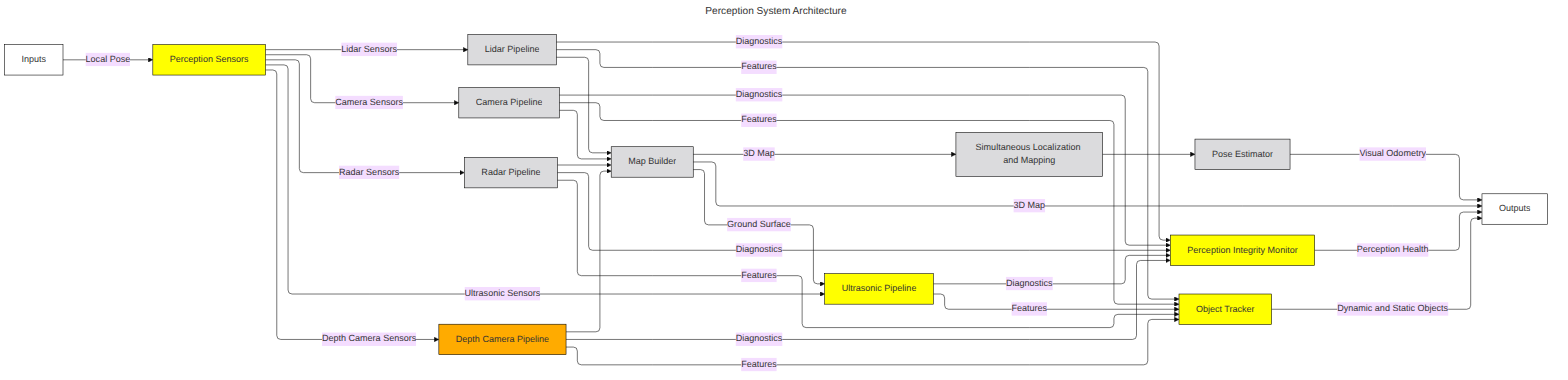
Earlier version of the Mermaid export Systems/Perception/doc/mermaid/PerceptionSystemArchitecture.png (fastrobotics/robot_framework). Its source is kept beside it as Systems/Perception/doc/mermaid/PerceptionSystemArchitecture.mmd. Its diagram source:
```mermaid
---
# @compare_tag System-MermaidArchitecture v0.1
config:
  layout: elk
  theme: base
  themeCSS: |
    .node rect { fill: rgba(30, 30, 46, 0.16) !important; stroke: #000000 !important; }
    .label { fill: #000000 !important; }

    .cssBoundary rect { fill: #ffffff !important; stroke: #000000 !important; }
    .cssBoundary .label { fill: #000000 !important; }

    .cssInvestigating rect { fill: #ffff00 !important; stroke: #000000 !important; }
    .cssInvestigating .label { fill: #000000 !important; }

    .cssDeveloping rect { fill: #ffab00 !important; stroke: #000000 !important; }
    .cssDeveloping .label { fill: #000000 !important; }

    .cssTrivialComplete rect { fill: #ffc0cb !important; stroke: #000000 !important; }
    .cssTrivialComplete .label { fill: #000000 !important; }

    .cssMinimalComplete rect { fill: #00ff00 !important; stroke: #000000 !important; }
    .cssMinimalComplete .label { fill: #000000 !important; }

    .cssFullyComplete rect { fill: #00ffff !important; stroke: #000000 !important; }
    .cssFullyComplete .label { fill: #000000 !important; }

    .cssSkipped rect { fill: #ff0000 !important; stroke: #000000 !important; }
    .cssSkipped .label { fill: #000000 !important; }

title: Perception System Architecture
---
graph LR
    Inputs
    PerceptionSensors[Perception Sensors]
    LidarPipeline[Lidar Pipeline]
    CameraPipeline[Camera Pipeline]
    RadarPipeline[Radar Pipeline]
    DepthCameraPipeline[Depth Camera Pipeline]
    UltrasonicPipeline[Ultrasonic Pipeline]

    ObjectTracker[Object Tracker]
    PoseEstimator[Pose Estimator]
    SLAM[Simultaneous Localization and Mapping]

    MapBuilder[Map Builder]
    PerceptionIntegrityMonitor[Perception Integrity Monitor]

    Outputs

    Inputs --> |Local Pose| PerceptionSensors

    PerceptionSensors --> | Lidar Sensors | LidarPipeline
    PerceptionSensors --> | Camera Sensors | CameraPipeline
    PerceptionSensors --> | Radar Sensors | RadarPipeline
    PerceptionSensors --> | Depth Camera Sensors | DepthCameraPipeline
    PerceptionSensors --> | Ultrasonic Sensors | UltrasonicPipeline
    LidarPipeline --> | Diagnostics | PerceptionIntegrityMonitor
    CameraPipeline --> | Diagnostics | PerceptionIntegrityMonitor
    RadarPipeline --> | Diagnostics | PerceptionIntegrityMonitor
    DepthCameraPipeline --> | Diagnostics | PerceptionIntegrityMonitor
    UltrasonicPipeline --> | Diagnostics | PerceptionIntegrityMonitor

    LidarPipeline --> MapBuilder
    CameraPipeline --> MapBuilder
    RadarPipeline --> MapBuilder
    DepthCameraPipeline --> MapBuilder
    MapBuilder --> | 3D Map | SLAM
    MapBuilder --> | Ground Surface | UltrasonicPipeline
    SLAM --> PoseEstimator

    LidarPipeline --> | Features | ObjectTracker
    CameraPipeline --> | Features | ObjectTracker
    RadarPipeline --> | Features | ObjectTracker
    DepthCameraPipeline --> | Features | ObjectTracker
    UltrasonicPipeline --> | Features | ObjectTracker

    ObjectTracker --> | Dynamic and Static Objects | Outputs

    PerceptionIntegrityMonitor --> | Perception Health | Outputs
    PoseEstimator --> | Visual Odometry | Outputs
    MapBuilder --> | 3D Map | Outputs



    class Inputs,Outputs cssBoundary
    class PerceptionSensors,UltrasonicPipeline,ObjectTracker,PerceptionIntegrityMonitor cssInvestigating
    class DepthCameraPipeline cssDeveloping
```
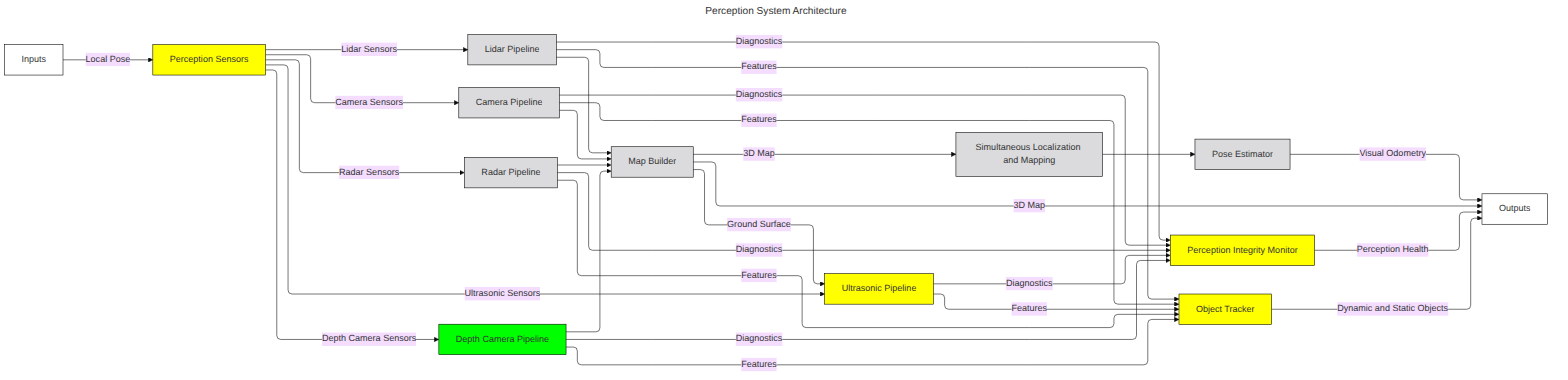
Above is the later version.

Diff of the diagram source:
```diff
@@ -85,4 +85,4 @@
 
     class Inputs,Outputs cssBoundary
     class PerceptionSensors,UltrasonicPipeline,ObjectTracker,PerceptionIntegrityMonitor cssInvestigating
-    class DepthCameraPipeline cssDeveloping
+    class DepthCameraPipeline cssMinimalComplete
```
